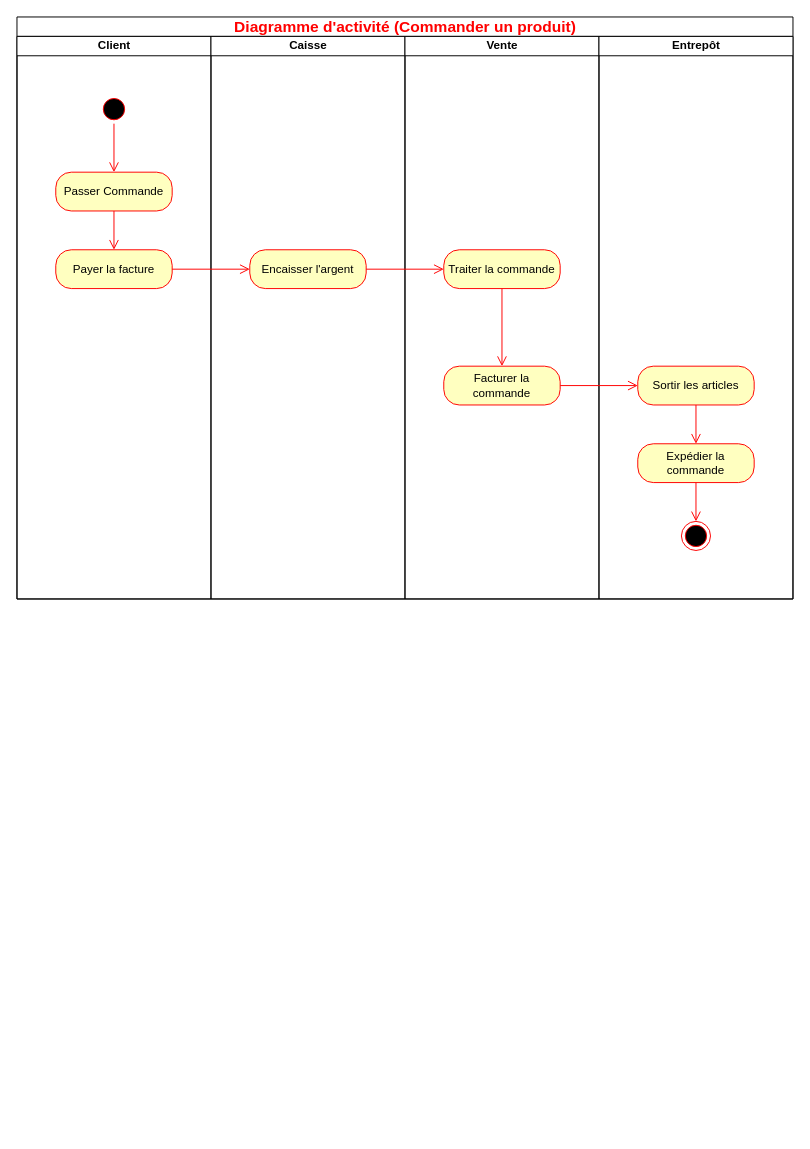
Before: TP5/TP_5_UML_Exercice_1.drawio in Mzk-Ali/EXO_M2I_UML, a draw.io diagram. Source tidied: cells renumbered, new cells numbered last; positions are measured from the earlier drawing's top-left corner, leaving out a move shared by most shapes. Both pictures are drawn from the tidied source at 97%, with x=0, y=0 at pixel (16, 16).
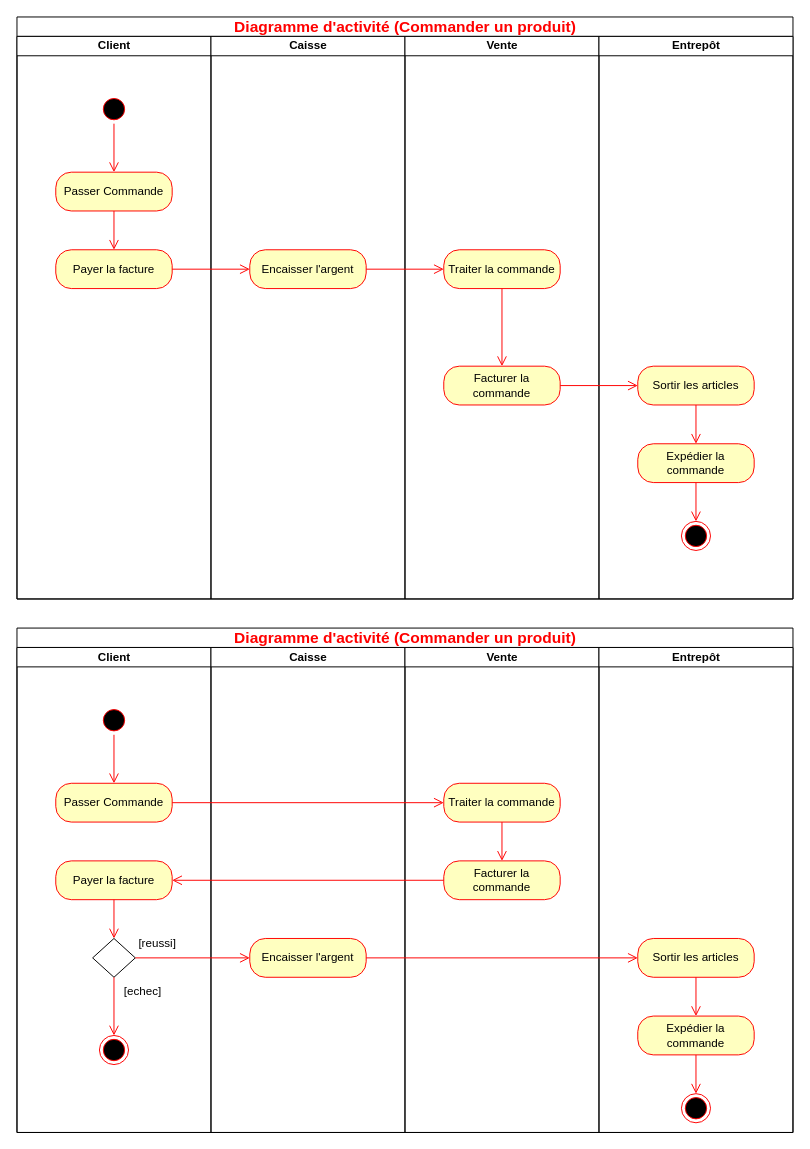
Above is the later version.

Commit message (it also covers changes not shown here):
Mettre à jour TP_5_UML_Exercice_1.drawio

The edit, as a diff of the source:
```diff
@@
+    <mxCell id="24" value="&lt;font style=&quot;color: light-dark(rgb(255, 0, 0), rgb(237, 237, 237)); font-size: 16px;&quot;&gt;Diagramme d'activité (Commander un produit)&lt;/font&gt;" style="swimlane;startSize=20;html=1;" parent="1" vertex="1">
+      <mxGeometry y="630" width="800" height="520" as="geometry" />
+    </mxCell>
+    <mxCell id="25" value="Client" style="swimlane;startSize=20;html=1;" parent="24" vertex="1">
+      <mxGeometry y="20" width="200" height="500" as="geometry" />
+    </mxCell>
+    <mxCell id="26" style="ellipse;html=1;shape=startState;fillColor=#000000;strokeColor=#ff0000;" parent="25" vertex="1">
+      <mxGeometry x="85" y="60" width="30" height="30" as="geometry" />
+    </mxCell>
+    <mxCell id="27" style="edgeStyle=orthogonalEdgeStyle;html=1;verticalAlign=bottom;endArrow=open;endSize=8;strokeColor=#ff0000;rounded=0;entryX=0.5;entryY=0;entryDx=0;entryDy=0;" parent="25" edge="1" source="26" target="28">
+      <mxGeometry relative="1" as="geometry" />
+    </mxCell>
+    <mxCell id="28" value="Passer Commande" style="rounded=1;whiteSpace=wrap;html=1;arcSize=40;fontColor=#000000;fillColor=#ffffc0;strokeColor=#ff0000;" parent="25" vertex="1">
+      <mxGeometry x="40" y="140" width="120" height="40" as="geometry" />
+    </mxCell>
+    <mxCell id="29" value="Payer la facture" style="rounded=1;whiteSpace=wrap;html=1;arcSize=40;fontColor=#000000;fillColor=#ffffc0;strokeColor=#ff0000;" parent="25" vertex="1">
+      <mxGeometry x="40" y="220" width="120" height="40" as="geometry" />
+    </mxCell>
+    <mxCell id="30" style="rhombus;whiteSpace=wrap;html=1;" parent="25" vertex="1">
+      <mxGeometry x="78" y="300" width="44" height="40" as="geometry" />
+    </mxCell>
+    <mxCell id="31" style="edgeStyle=orthogonalEdgeStyle;html=1;verticalAlign=bottom;endArrow=open;endSize=8;strokeColor=#ff0000;rounded=0;entryX=0.5;entryY=0;entryDx=0;entryDy=0;exitX=0.5;exitY=1;exitDx=0;exitDy=0;" parent="25" edge="1" source="29" target="30">
+      <mxGeometry relative="1" as="geometry" />
+    </mxCell>
+    <mxCell id="32" value="[reussi]" style="text;html=1;align=center;verticalAlign=middle;whiteSpace=wrap;rounded=0;" parent="25" vertex="1">
+      <mxGeometry x="115" y="290" width="60" height="30" as="geometry" />
+    </mxCell>
+    <mxCell id="33" style="ellipse;html=1;shape=endState;fillColor=#000000;strokeColor=#ff0000;" parent="25" vertex="1">
+      <mxGeometry x="85" y="400" width="30" height="30" as="geometry" />
+    </mxCell>
+    <mxCell id="34" style="edgeStyle=orthogonalEdgeStyle;html=1;verticalAlign=bottom;endArrow=open;endSize=8;strokeColor=#ff0000;rounded=0;entryX=0.5;entryY=0;entryDx=0;entryDy=0;exitX=0.5;exitY=1;exitDx=0;exitDy=0;" parent="25" edge="1" source="30" target="33">
+      <mxGeometry relative="1" as="geometry" />
+    </mxCell>
+    <mxCell id="35" value="[echec]" style="text;html=1;align=center;verticalAlign=middle;whiteSpace=wrap;rounded=0;" parent="25" vertex="1">
+      <mxGeometry x="100" y="340" width="60" height="30" as="geometry" />
+    </mxCell>
+    <mxCell id="36" value="Caisse" style="swimlane;startSize=20;html=1;" parent="24" vertex="1">
+      <mxGeometry x="200" y="20" width="200" height="500" as="geometry" />
+    </mxCell>
+    <mxCell id="37" value="Encaisser l'argent" style="rounded=1;whiteSpace=wrap;html=1;arcSize=40;fontColor=#000000;fillColor=#ffffc0;strokeColor=#ff0000;" parent="36" vertex="1">
+      <mxGeometry x="40" y="300" width="120" height="40" as="geometry" />
+    </mxCell>
+    <mxCell id="38" value="Vente" style="swimlane;startSize=20;html=1;" parent="24" vertex="1">
+      <mxGeometry x="400" y="20" width="200" height="500" as="geometry" />
+    </mxCell>
+    <mxCell id="39" value="Traiter la commande" style="rounded=1;whiteSpace=wrap;html=1;arcSize=40;fontColor=#000000;fillColor=#ffffc0;strokeColor=#ff0000;" parent="38" vertex="1">
+      <mxGeometry x="40" y="140" width="120" height="40" as="geometry" />
+    </mxCell>
+    <mxCell id="40" style="html=1;verticalAlign=bottom;endArrow=open;endSize=8;strokeColor=#ff0000;rounded=0;entryX=0.5;entryY=0;entryDx=0;entryDy=0;" parent="38" edge="1" source="39" target="41">
+      <mxGeometry relative="1" as="geometry" />
+    </mxCell>
+    <mxCell id="41" value="Facturer la commande" style="rounded=1;whiteSpace=wrap;html=1;arcSize=40;fontColor=#000000;fillColor=#ffffc0;strokeColor=#ff0000;" parent="38" vertex="1">
+      <mxGeometry x="40" y="220" width="120" height="40" as="geometry" />
+    </mxCell>
+    <mxCell id="42" value="Entrepôt" style="swimlane;startSize=20;html=1;" parent="24" vertex="1">
+      <mxGeometry x="600" y="20" width="200" height="500" as="geometry" />
+    </mxCell>
+    <mxCell id="43" value="Sortir les articles" style="rounded=1;whiteSpace=wrap;html=1;arcSize=40;fontColor=#000000;fillColor=#ffffc0;strokeColor=#ff0000;" parent="42" vertex="1">
+      <mxGeometry x="40" y="300" width="120" height="40" as="geometry" />
+    </mxCell>
+    <mxCell id="44" style="edgeStyle=orthogonalEdgeStyle;html=1;verticalAlign=bottom;endArrow=open;endSize=8;strokeColor=#ff0000;rounded=0;entryX=0.5;entryY=0;entryDx=0;entryDy=0;" parent="42" edge="1" source="43" target="45">
+      <mxGeometry relative="1" as="geometry" />
+    </mxCell>
+    <mxCell id="45" value="Expédier la commande" style="rounded=1;whiteSpace=wrap;html=1;arcSize=40;fontColor=#000000;fillColor=#ffffc0;strokeColor=#ff0000;" parent="42" vertex="1">
+      <mxGeometry x="40" y="380" width="120" height="40" as="geometry" />
+    </mxCell>
+    <mxCell id="46" style="edgeStyle=orthogonalEdgeStyle;html=1;verticalAlign=bottom;endArrow=open;endSize=8;strokeColor=#ff0000;rounded=0;entryX=0.5;entryY=0;entryDx=0;entryDy=0;" parent="42" edge="1" source="45" target="47">
+      <mxGeometry relative="1" as="geometry" />
+    </mxCell>
+    <mxCell id="47" style="ellipse;html=1;shape=endState;fillColor=#000000;strokeColor=#ff0000;" parent="42" vertex="1">
+      <mxGeometry x="85" y="460" width="30" height="30" as="geometry" />
+    </mxCell>
+    <mxCell id="48" style="edgeStyle=orthogonalEdgeStyle;html=1;verticalAlign=bottom;endArrow=open;endSize=8;strokeColor=#ff0000;rounded=0;entryX=0;entryY=0.5;entryDx=0;entryDy=0;" parent="24" edge="1" source="37" target="43">
+      <mxGeometry relative="1" as="geometry" />
+    </mxCell>
+    <mxCell id="49" style="edgeStyle=orthogonalEdgeStyle;html=1;verticalAlign=bottom;endArrow=open;endSize=8;strokeColor=#ff0000;rounded=0;entryX=1;entryY=0.5;entryDx=0;entryDy=0;" parent="24" edge="1" source="41" target="29">
+      <mxGeometry relative="1" as="geometry" />
+    </mxCell>
+    <mxCell id="50" style="edgeStyle=orthogonalEdgeStyle;html=1;verticalAlign=bottom;endArrow=open;endSize=8;strokeColor=#ff0000;rounded=0;entryX=0;entryY=0.5;entryDx=0;entryDy=0;" parent="24" edge="1" source="28" target="39">
+      <mxGeometry relative="1" as="geometry" />
+    </mxCell>
+    <mxCell id="51" style="edgeStyle=orthogonalEdgeStyle;html=1;verticalAlign=bottom;endArrow=open;endSize=8;strokeColor=#ff0000;rounded=0;entryX=0;entryY=0.5;entryDx=0;entryDy=0;exitX=1;exitY=0.5;exitDx=0;exitDy=0;" parent="24" edge="1" source="30" target="37">
+      <mxGeometry relative="1" as="geometry" />
+    </mxCell>
```
